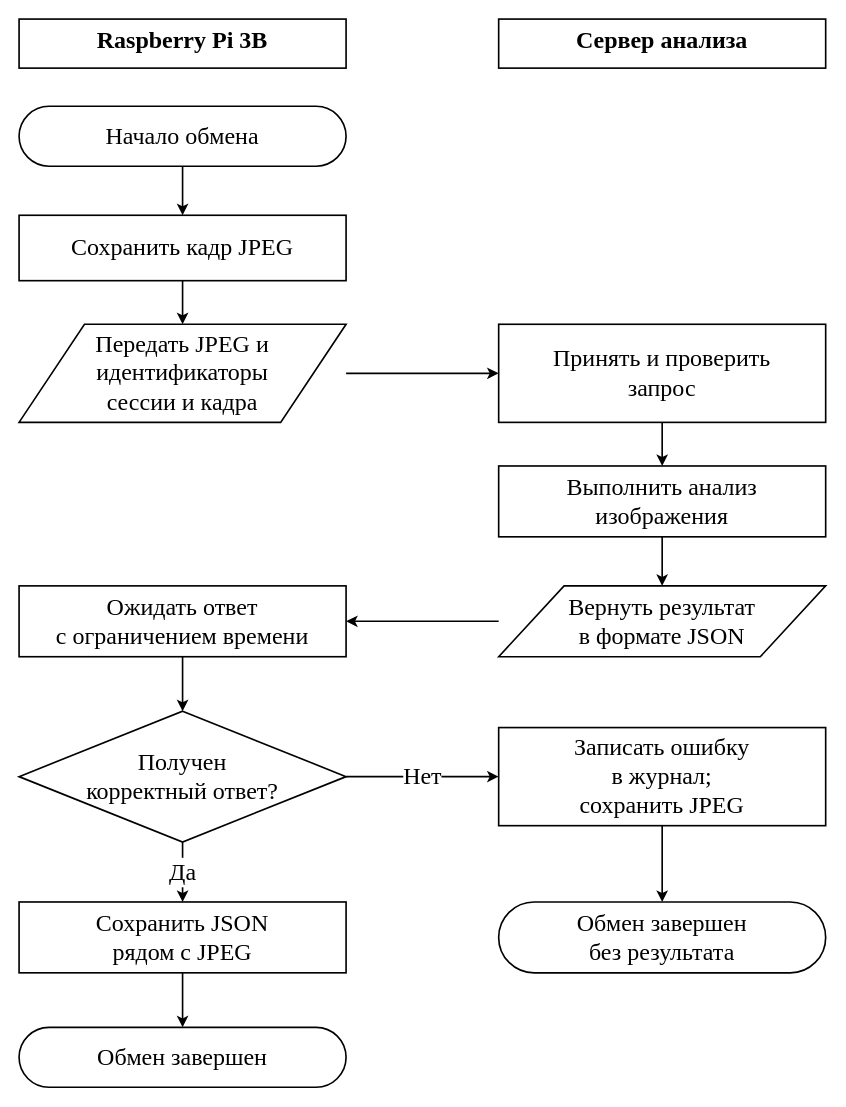
Yawllen/Nir2 keeps this draw.io diagram as fig/server-detection-flow.drawio. Above is the earlier version. Source tidied: cells renumbered, new cells numbered last; positions are measured from the earlier drawing's top-left corner, leaving out a move shared by most shapes. Both pictures are drawn from the tidied source at 109%, with x=0, y=0 at pixel (19, 19).
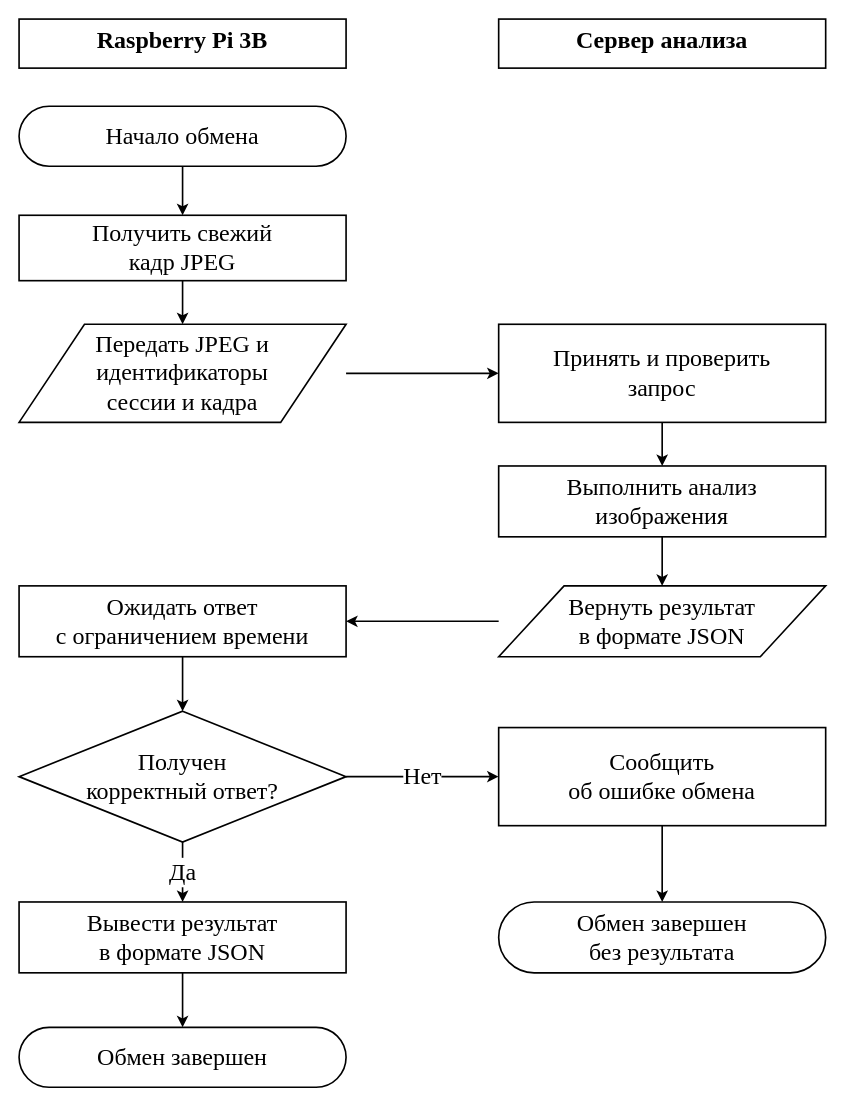
The same page after the edit.

Change to the diagram source:
```diff
@@
-    <mxCell id="5" value="Сохранить кадр JPEG" style="rounded=0;whiteSpace=wrap;html=1;fontFamily=Times New Roman;fontSize=22;fillColor=#ffffff;strokeColor=#000000;fontColor=#000000;strokeWidth=1.5;" parent="1" vertex="1">
+    <mxCell id="5" value="Получить свежий&#10;кадр JPEG" style="rounded=0;whiteSpace=wrap;html=1;fontFamily=Times New Roman;fontSize=22;fillColor=#ffffff;strokeColor=#000000;fontColor=#000000;strokeWidth=1.5;" parent="1" vertex="1">
       <mxGeometry y="180" width="300" height="60" as="geometry" />
     </mxCell>
@@
-    <mxCell id="12" value="Сохранить JSON&#10;рядом с JPEG" style="rounded=0;whiteSpace=wrap;html=1;fontFamily=Times New Roman;fontSize=22;fillColor=#ffffff;strokeColor=#000000;fontColor=#000000;strokeWidth=1.5;" parent="1" vertex="1">
+    <mxCell id="12" value="Вывести результат&#10;в формате JSON" style="rounded=0;whiteSpace=wrap;html=1;fontFamily=Times New Roman;fontSize=22;fillColor=#ffffff;strokeColor=#000000;fontColor=#000000;strokeWidth=1.5;" parent="1" vertex="1">
       <mxGeometry y="810" width="300" height="65" as="geometry" />
     </mxCell>
@@
-    <mxCell id="14" value="Записать ошибку&#10;в журнал;&#10;сохранить JPEG" style="rounded=0;whiteSpace=wrap;html=1;fontFamily=Times New Roman;fontSize=22;fillColor=#ffffff;strokeColor=#000000;fontColor=#000000;strokeWidth=1.5;" parent="1" vertex="1">
+    <mxCell id="14" value="Сообщить&#10;об ошибке обмена" style="rounded=0;whiteSpace=wrap;html=1;fontFamily=Times New Roman;fontSize=22;fillColor=#ffffff;strokeColor=#000000;fontColor=#000000;strokeWidth=1.5;" parent="1" vertex="1">
       <mxGeometry x="440" y="650" width="300" height="90" as="geometry" />
     </mxCell>
```
